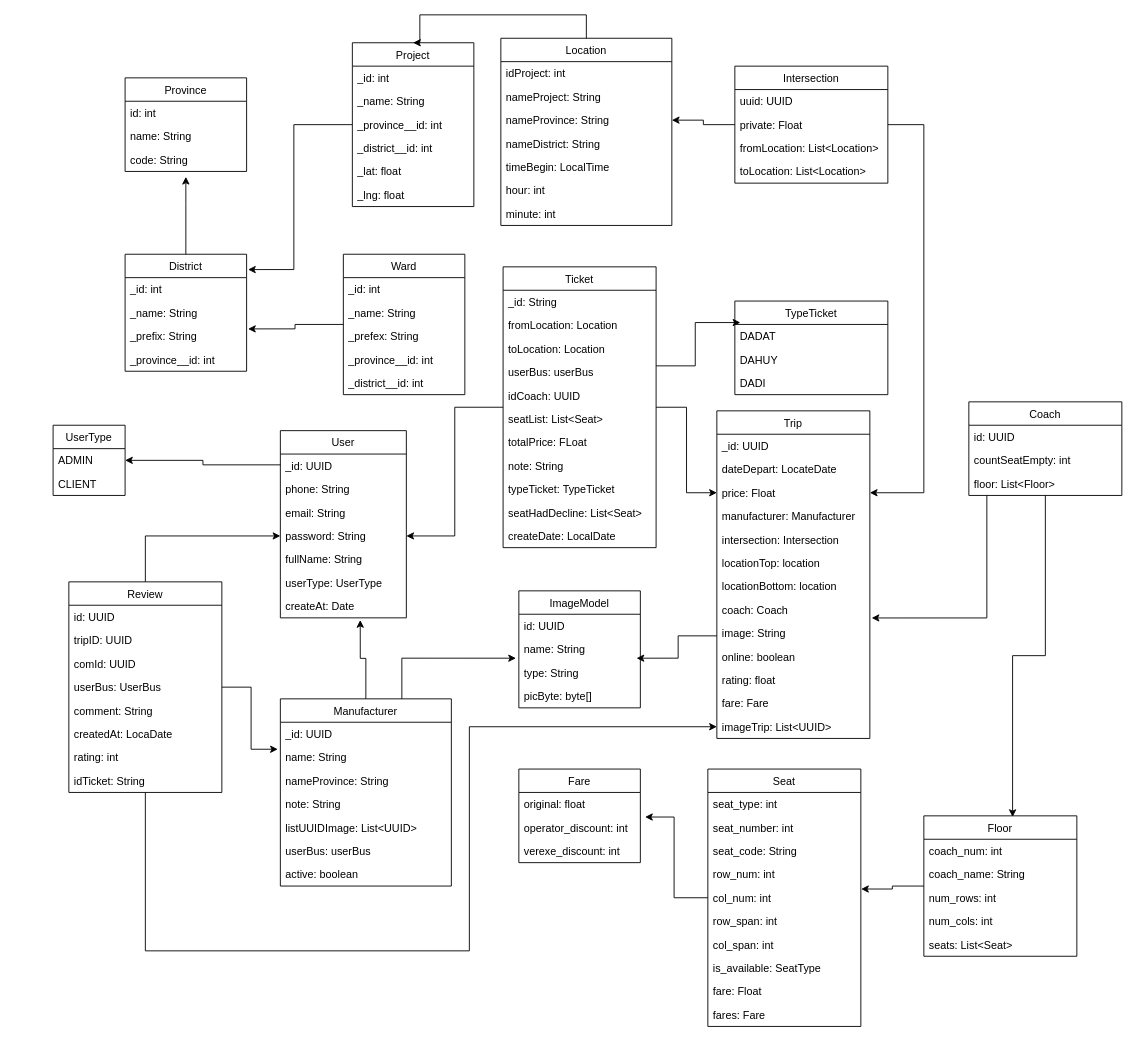
quannguyen1999/manage-disks keeps this draw.io diagram as Untitled Diagram.drawio. Above is the earlier version. Source tidied: cells renumbered, new cells numbered last; positions are measured from the earlier drawing's top-left corner, leaving out a move shared by most shapes. Both pictures are drawn from the tidied source at 90%, with x=0, y=0 at pixel (52, 14).
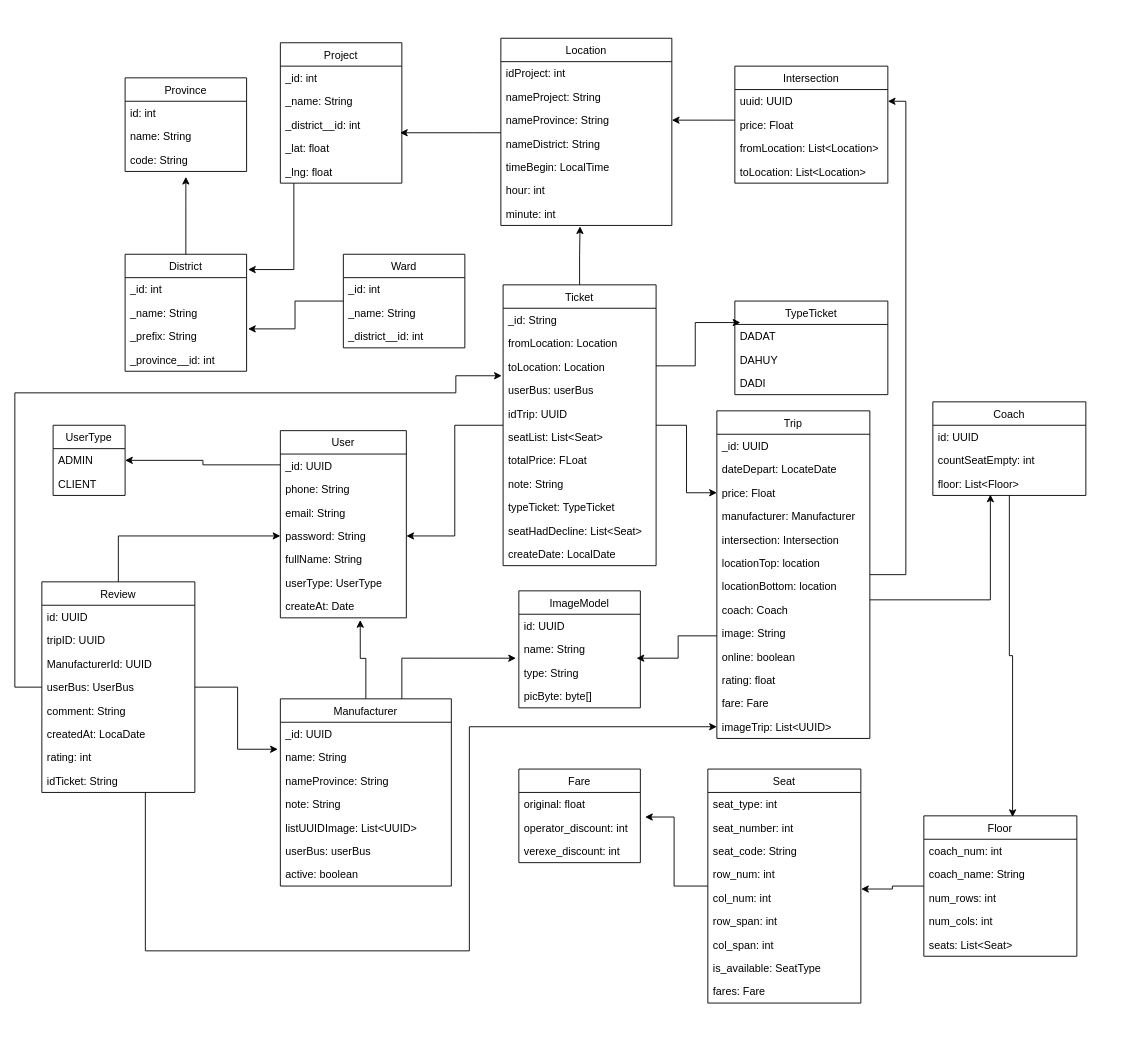
Above is the later version.

The change refers to these unchanged cells:
```xml
<mxCell id="55" value="Location" style="swimlane;fontStyle=0;horizontal=1;startSize=26;fillColor=none;" parent="1" vertex="1">
  <mxGeometry x="498" y="26" width="190" height="208" as="geometry" />
</mxCell>
<mxCell id="58" value="nameProvince: String" style="text;strokeColor=none;fillColor=none;align=left;verticalAlign=top;spacingLeft=4;spacingRight=4;overflow=hidden;points=[[0,0.5],[1,0.5]];portConstraint=eastwest;" parent="55" vertex="1">
  <mxGeometry y="78" width="190" height="26" as="geometry" />
</mxCell>
<mxCell id="62" value="minute: int" style="text;strokeColor=none;fillColor=none;align=left;verticalAlign=top;spacingLeft=4;spacingRight=4;overflow=hidden;points=[[0,0.5],[1,0.5]];portConstraint=eastwest;" parent="55" vertex="1">
  <mxGeometry y="182" width="190" height="26" as="geometry" />
</mxCell>
<mxCell id="65" value="Intersection" style="swimlane;fontStyle=0;horizontal=1;startSize=26;fillColor=none;" parent="1" vertex="1">
  <mxGeometry x="758" y="57" width="170" height="130" as="geometry" />
</mxCell>
<mxCell id="66" value="uuid: UUID" style="text;strokeColor=none;fillColor=none;align=left;verticalAlign=top;spacingLeft=4;spacingRight=4;overflow=hidden;points=[[0,0.5],[1,0.5]];portConstraint=eastwest;" parent="65" vertex="1">
  <mxGeometry y="26" width="170" height="26" as="geometry" />
</mxCell>
<mxCell id="76" value="col_num: int" style="text;strokeColor=none;fillColor=none;align=left;verticalAlign=top;spacingLeft=4;spacingRight=4;overflow=hidden;points=[[0,0.5],[1,0.5]];portConstraint=eastwest;" parent="71" vertex="1">
  <mxGeometry y="130" width="170" height="26" as="geometry" />
</mxCell>
<mxCell id="83" value="Floor" style="swimlane;fontStyle=0;horizontal=1;startSize=26;fillColor=none;" parent="1" vertex="1">
  <mxGeometry x="968" y="890" width="170" height="156" as="geometry" />
</mxCell>
<mxCell id="90" value="Trip" style="swimlane;fontStyle=0;horizontal=1;startSize=26;fillColor=none;" parent="1" vertex="1">
  <mxGeometry x="738" y="440" width="170" height="364" as="geometry" />
</mxCell>
<mxCell id="99" value="image: String" style="text;strokeColor=none;fillColor=none;align=left;verticalAlign=top;spacingLeft=4;spacingRight=4;overflow=hidden;points=[[0,0.5],[1,0.5]];portConstraint=eastwest;" parent="90" vertex="1">
  <mxGeometry y="234" width="170" height="26" as="geometry" />
</mxCell>
<mxCell id="109" value="floor: List&lt;Floor&gt;" style="text;strokeColor=none;fillColor=none;align=left;verticalAlign=top;spacingLeft=4;spacingRight=4;overflow=hidden;points=[[0,0.5],[1,0.5]];portConstraint=eastwest;" parent="106" vertex="1">
  <mxGeometry y="78" width="170" height="26" as="geometry" />
</mxCell>
<mxCell id="120" value="toLocation: Location" style="text;strokeColor=none;fillColor=none;align=left;verticalAlign=top;spacingLeft=4;spacingRight=4;overflow=hidden;points=[[0,0.5],[1,0.5]];portConstraint=eastwest;" parent="117" vertex="1">
  <mxGeometry y="78" width="170" height="26" as="geometry" />
</mxCell>
```

What changed in the source:
```diff
@@
     <mxCell id="15" value="Ward" style="swimlane;fontStyle=0;horizontal=1;startSize=26;fillColor=none;" parent="1" vertex="1">
-      <mxGeometry x="323" y="266" width="135" height="156" as="geometry" />
+      <mxGeometry x="323" y="266" width="135" height="104" as="geometry" />
     </mxCell>
@@
-    <mxCell id="18" value="_prefex: String" style="text;strokeColor=none;fillColor=none;align=left;verticalAlign=top;spacingLeft=4;spacingRight=4;overflow=hidden;" parent="15" vertex="1">
-      <mxGeometry y="78" width="135" height="26" as="geometry" />
-    </mxCell>
-    <mxCell id="19" value="_province__id: int" style="text;strokeColor=none;fillColor=none;align=left;verticalAlign=top;spacingLeft=4;spacingRight=4;overflow=hidden;" parent="15" vertex="1">
-      <mxGeometry y="104" width="135" height="26" as="geometry" />
-    </mxCell>
     <mxCell id="20" value="_district__id: int" style="text;strokeColor=none;fillColor=none;align=left;verticalAlign=top;spacingLeft=4;spacingRight=4;overflow=hidden;" parent="15" vertex="1">
-      <mxGeometry y="130" width="135" height="26" as="geometry" />
+      <mxGeometry y="78" width="135" height="26" as="geometry" />
     </mxCell>
@@
     <mxCell id="32" value="Project" style="swimlane;fontStyle=0;horizontal=1;startSize=26;fillColor=none;" parent="1" vertex="1">
-      <mxGeometry x="333" y="31" width="135" height="182" as="geometry" />
+      <mxGeometry x="253" y="31" width="135" height="156" as="geometry" />
     </mxCell>
@@
-    <mxCell id="35" value="_province__id: int" style="text;strokeColor=none;fillColor=none;align=left;verticalAlign=top;spacingLeft=4;spacingRight=4;overflow=hidden;" parent="32" vertex="1">
-      <mxGeometry y="78" width="135" height="26" as="geometry" />
-    </mxCell>
     <mxCell id="36" value="_district__id: int" style="text;strokeColor=none;fillColor=none;align=left;verticalAlign=top;spacingLeft=4;spacingRight=4;overflow=hidden;" parent="32" vertex="1">
-      <mxGeometry y="104" width="135" height="26" as="geometry" />
+      <mxGeometry y="78" width="135" height="26" as="geometry" />
     </mxCell>
     <mxCell id="37" value="_lat: float" style="text;strokeColor=none;fillColor=none;align=left;verticalAlign=top;spacingLeft=4;spacingRight=4;overflow=hidden;points=[[0,0.5],[1,0.5]];portConstraint=eastwest;" parent="32" vertex="1">
-      <mxGeometry y="130" width="135" height="26" as="geometry" />
+      <mxGeometry y="104" width="135" height="26" as="geometry" />
     </mxCell>
     <mxCell id="38" value="_lng: float" style="text;strokeColor=none;fillColor=none;align=left;verticalAlign=top;spacingLeft=4;spacingRight=4;overflow=hidden;" parent="32" vertex="1">
-      <mxGeometry y="156" width="135" height="26" as="geometry" />
+      <mxGeometry y="130" width="135" height="26" as="geometry" />
     </mxCell>
@@
-    <mxCell id="54" style="edgeStyle=orthogonalEdgeStyle;rounded=0;jettySize=auto;html=1;entryX=0.5;entryY=0;entryDx=0;entryDy=0;" parent="1" edge="1" source="55" target="32">
-      <mxGeometry relative="1" as="geometry">
-        <Array as="points">
-          <mxPoint x="593" />
-          <mxPoint x="408" />
-          <mxPoint x="408" y="31" />
-        </Array>
-      </mxGeometry>
-    </mxCell>
+    <mxCell id="145" style="edgeStyle=orthogonalEdgeStyle;rounded=0;jettySize=auto;html=1;entryX=0.985;entryY=-0.154;entryDx=0;entryDy=0;entryPerimeter=0;" parent="1" edge="1" source="55" target="37">
+      <mxGeometry relative="1" as="geometry">
+        <Array as="points">
+          <mxPoint x="468" y="131" />
+          <mxPoint x="468" y="131" />
+        </Array>
+      </mxGeometry>
+    </mxCell>
@@
-    <mxCell id="63" style="edgeStyle=orthogonalEdgeStyle;rounded=0;jettySize=auto;html=1;entryX=1;entryY=0.25;entryDx=0;entryDy=0;" parent="1" edge="1" source="65" target="90">
-      <mxGeometry relative="1" as="geometry">
-        <Array as="points">
-          <mxPoint x="968" y="122" />
-          <mxPoint x="968" y="531" />
-        </Array>
-      </mxGeometry>
-    </mxCell>
     <mxCell id="64" style="edgeStyle=orthogonalEdgeStyle;rounded=0;jettySize=auto;html=1;entryX=1;entryY=0.5;entryDx=0;entryDy=0;" parent="1" edge="1" source="65" target="58">
-      <mxGeometry relative="1" as="geometry" />
+      <mxGeometry relative="1" as="geometry">
+        <Array as="points">
+          <mxPoint x="738" y="117" />
+          <mxPoint x="738" y="117" />
+        </Array>
+      </mxGeometry>
     </mxCell>
@@
-    <mxCell id="67" value="private: Float" style="text;strokeColor=none;fillColor=none;align=left;verticalAlign=top;spacingLeft=4;spacingRight=4;overflow=hidden;" parent="65" vertex="1">
+    <mxCell id="67" value="price: Float" style="text;strokeColor=none;fillColor=none;align=left;verticalAlign=top;spacingLeft=4;spacingRight=4;overflow=hidden;" parent="65" vertex="1">
       <mxGeometry y="52" width="170" height="26" as="geometry" />
     </mxCell>
@@
     <mxCell id="71" value="Seat" style="swimlane;fontStyle=0;horizontal=1;startSize=26;fillColor=none;" parent="1" vertex="1">
-      <mxGeometry x="728" y="838" width="170" height="286" as="geometry" />
+      <mxGeometry x="728" y="838" width="170" height="260" as="geometry" />
     </mxCell>
@@
-    <mxCell id="80" value="fare: Float" style="text;strokeColor=none;fillColor=none;align=left;verticalAlign=top;spacingLeft=4;spacingRight=4;overflow=hidden;" parent="71" vertex="1">
-      <mxGeometry y="234" width="170" height="26" as="geometry" />
-    </mxCell>
     <mxCell id="81" value="fares: Fare" style="text;strokeColor=none;fillColor=none;align=left;verticalAlign=top;spacingLeft=4;spacingRight=4;overflow=hidden;" parent="71" vertex="1">
-      <mxGeometry y="260" width="170" height="26" as="geometry" />
+      <mxGeometry y="234" width="170" height="26" as="geometry" />
     </mxCell>
     <mxCell id="82" style="edgeStyle=orthogonalEdgeStyle;rounded=0;jettySize=auto;html=1;entryX=1.002;entryY=0.127;entryDx=0;entryDy=0;entryPerimeter=0;" parent="1" edge="1" source="83" target="76">
-      <mxGeometry relative="1" as="geometry" />
+      <mxGeometry relative="1" as="geometry">
+        <Array as="points">
+          <mxPoint x="933" y="968" />
+          <mxPoint x="933" y="971" />
+        </Array>
+      </mxGeometry>
     </mxCell>
@@
+    <mxCell id="146" style="edgeStyle=orthogonalEdgeStyle;rounded=0;jettySize=auto;html=1;entryX=1;entryY=0.5;entryDx=0;entryDy=0;" parent="1" edge="1" source="90" target="66">
+      <mxGeometry relative="1" as="geometry">
+        <Array as="points">
+          <mxPoint x="948" y="622" />
+          <mxPoint x="948" y="96" />
+        </Array>
+      </mxGeometry>
+    </mxCell>
+    <mxCell id="147" style="edgeStyle=orthogonalEdgeStyle;rounded=0;jettySize=auto;html=1;entryX=0.376;entryY=0.962;entryDx=0;entryDy=0;entryPerimeter=0;" parent="1" edge="1" source="90" target="109">
+      <mxGeometry relative="1" as="geometry">
+        <Array as="points">
+          <mxPoint x="1042" y="650" />
+        </Array>
+      </mxGeometry>
+    </mxCell>
@@
-    <mxCell id="105" style="edgeStyle=orthogonalEdgeStyle;rounded=0;jettySize=auto;html=1;entryX=1.012;entryY=-0.149;entryDx=0;entryDy=0;entryPerimeter=0;" parent="1" edge="1" source="106" target="99">
-      <mxGeometry relative="1" as="geometry">
-        <Array as="points">
-          <mxPoint x="1038" y="670" />
-        </Array>
-      </mxGeometry>
-    </mxCell>
     <mxCell id="106" value="Coach" style="swimlane;fontStyle=0;horizontal=1;startSize=26;fillColor=none;" parent="1" vertex="1">
-      <mxGeometry x="1018" y="430" width="170" height="104" as="geometry" />
+      <mxGeometry x="978" y="430" width="170" height="104" as="geometry" />
     </mxCell>
@@
+    <mxCell id="148" style="edgeStyle=orthogonalEdgeStyle;rounded=0;jettySize=auto;html=1;entryX=0.463;entryY=1.038;entryDx=0;entryDy=0;entryPerimeter=0;" parent="1" edge="1" source="117" target="62">
+      <mxGeometry relative="1" as="geometry" />
+    </mxCell>
     <mxCell id="117" value="Ticket" style="swimlane;fontStyle=0;horizontal=1;startSize=26;fillColor=none;" parent="1" vertex="1">
-      <mxGeometry x="500.5" y="280" width="170" height="312" as="geometry" />
+      <mxGeometry x="500.5" y="300" width="170" height="312" as="geometry" />
     </mxCell>
@@
-    <mxCell id="122" value="idCoach: UUID" style="text;strokeColor=none;fillColor=none;align=left;verticalAlign=top;spacingLeft=4;spacingRight=4;overflow=hidden;" parent="117" vertex="1">
+    <mxCell id="122" value="idTrip: UUID" style="text;strokeColor=none;fillColor=none;align=left;verticalAlign=top;spacingLeft=4;spacingRight=4;overflow=hidden;" parent="117" vertex="1">
       <mxGeometry y="130" width="170" height="26" as="geometry" />
     </mxCell>
@@
+    <mxCell id="149" style="edgeStyle=orthogonalEdgeStyle;rounded=0;jettySize=auto;html=1;entryX=-0.009;entryY=0.885;entryDx=0;entryDy=0;entryPerimeter=0;" parent="1" edge="1" source="132" target="120">
+      <mxGeometry relative="1" as="geometry">
+        <Array as="points">
+          <mxPoint x="-42" y="747" />
+          <mxPoint x="-42" y="420" />
+          <mxPoint x="448" y="420" />
+          <mxPoint x="448" y="401" />
+        </Array>
+      </mxGeometry>
+    </mxCell>
     <mxCell id="132" value="Review" style="swimlane;fontStyle=0;horizontal=1;startSize=26;fillColor=none;" parent="1" vertex="1">
-      <mxGeometry x="18" y="630" width="170" height="234" as="geometry" />
+      <mxGeometry x="-12" y="630" width="170" height="234" as="geometry" />
     </mxCell>
@@
-    <mxCell id="135" value="comId: UUID" style="text;strokeColor=none;fillColor=none;align=left;verticalAlign=top;spacingLeft=4;spacingRight=4;overflow=hidden;" parent="132" vertex="1">
+    <mxCell id="135" value="ManufacturerId: UUID" style="text;strokeColor=none;fillColor=none;align=left;verticalAlign=top;spacingLeft=4;spacingRight=4;overflow=hidden;" parent="132" vertex="1">
       <mxGeometry y="78" width="170" height="26" as="geometry" />
     </mxCell>
```
